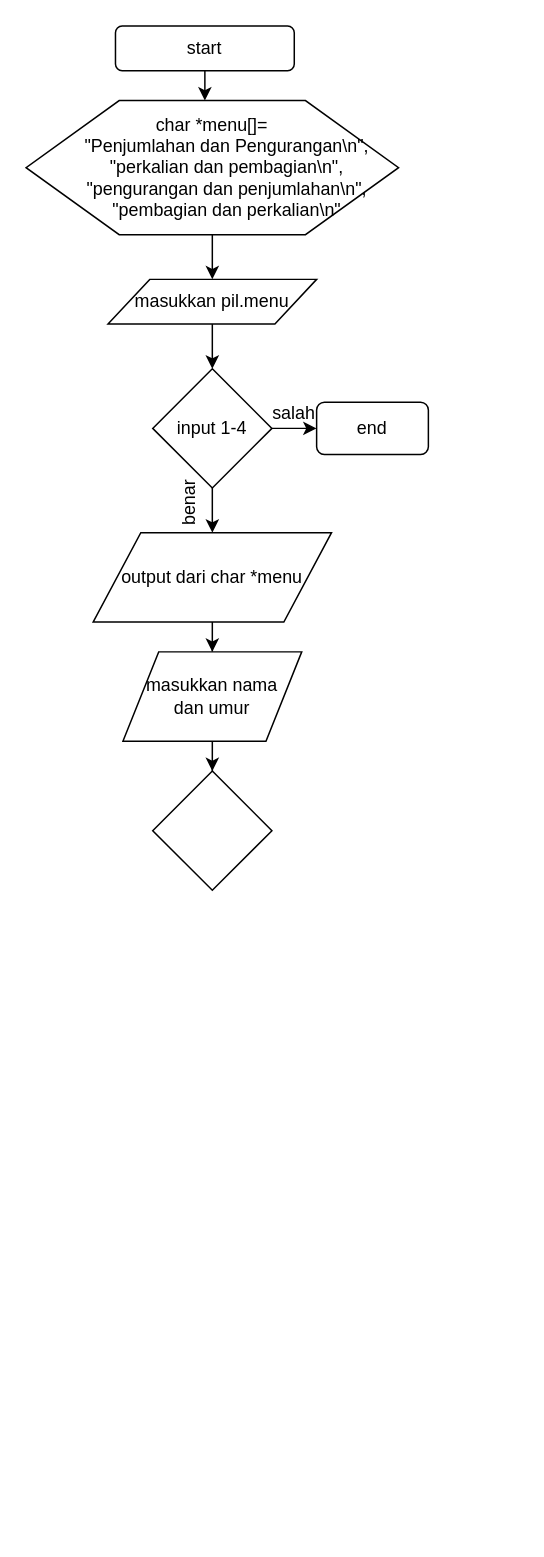
rifaatulmahmudah0998/Siti-Rifatul-Mahmudah keeps this draw.io diagram as page "Halaman-1" (1 of 2) of week14.drawio. Above is the earlier version. Source tidied: cells renumbered, new cells numbered last; positions are measured from the earlier drawing's top-left corner, leaving out a move shared by most shapes. Both pictures are drawn from the tidied source at 149%, with x=0, y=0 at pixel (25, 25).
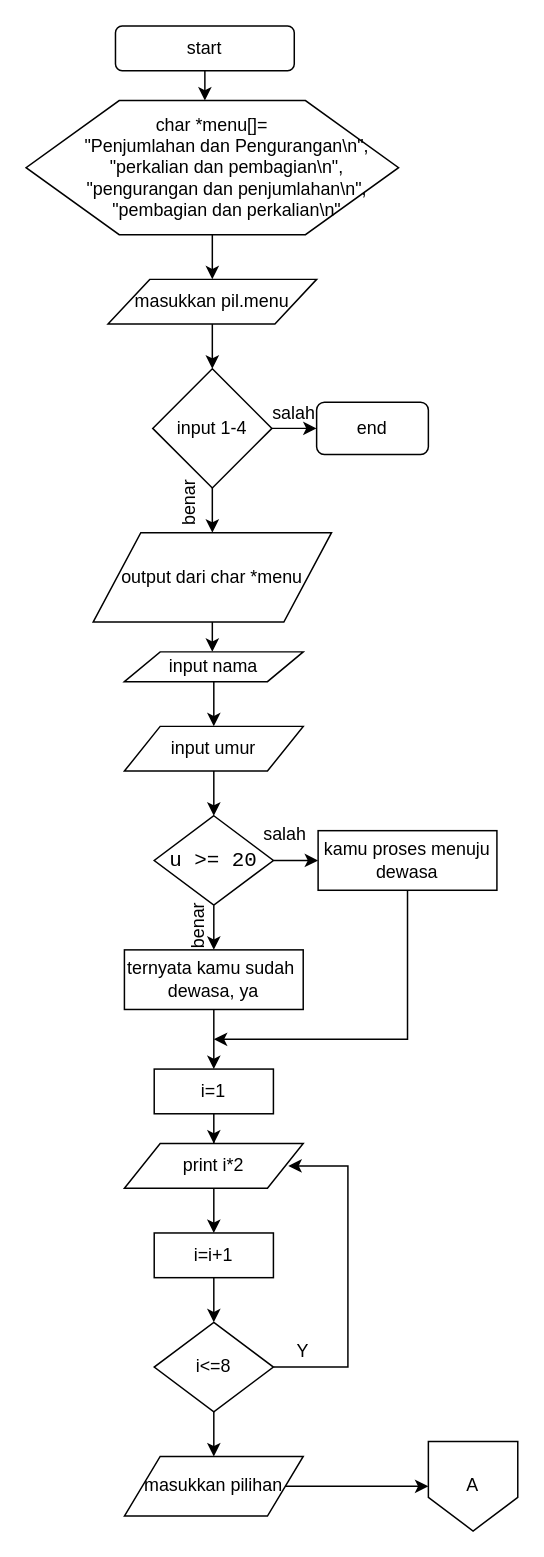
After the change.

The change refers to these unchanged cells:
```xml
<mxCell id="6" value="output dari char *menu" style="shape=parallelogram;perimeter=parallelogramPerimeter;whiteSpace=wrap;html=1;" parent="1" vertex="1">
  <mxGeometry x="45" y="340" width="160" height="60" as="geometry" />
</mxCell>
```

Change to the diagram source:
```diff
@@
-    <mxCell id="5" style="edgeStyle=orthogonalEdgeStyle;rounded=0;jettySize=auto;html=1;" parent="1" edge="1" source="6" target="18">
-      <mxGeometry relative="1" as="geometry" />
+    <mxCell id="5" style="edgeStyle=orthogonalEdgeStyle;rounded=0;jettySize=auto;html=1;" parent="1" edge="1" source="6">
+      <mxGeometry relative="1" as="geometry">
+        <mxPoint x="125" y="420" as="targetPoint" />
+      </mxGeometry>
     </mxCell>
@@
-    <mxCell id="17" style="edgeStyle=orthogonalEdgeStyle;rounded=0;jettySize=auto;html=1;" parent="1" edge="1" source="18" target="19">
-      <mxGeometry relative="1" as="geometry" />
-    </mxCell>
-    <mxCell id="18" value="masukkan nama&lt;br&gt;dan umur" style="shape=parallelogram;perimeter=parallelogramPerimeter;whiteSpace=wrap;html=1;" parent="1" vertex="1">
-      <mxGeometry x="65" y="420" width="120" height="60" as="geometry" />
-    </mxCell>
-    <mxCell id="19" style="rhombus;whiteSpace=wrap;html=1;" parent="1" vertex="1">
-      <mxGeometry x="85" y="500" width="80" height="80" as="geometry" />
-    </mxCell>
+    <mxCell id="20" style="edgeStyle=orthogonalEdgeStyle;rounded=0;jettySize=auto;html=1;" parent="1" edge="1" source="21" target="23">
+      <mxGeometry relative="1" as="geometry" />
+    </mxCell>
+    <mxCell id="21" value="input nama" style="shape=parallelogram;perimeter=parallelogramPerimeter;whiteSpace=wrap;html=1;" parent="1" vertex="1">
+      <mxGeometry x="66" y="420" width="120" height="20" as="geometry" />
+    </mxCell>
+    <mxCell id="22" style="edgeStyle=orthogonalEdgeStyle;rounded=0;jettySize=auto;html=1;" parent="1" edge="1" source="23">
+      <mxGeometry relative="1" as="geometry">
+        <mxPoint x="126" y="530" as="targetPoint" />
+      </mxGeometry>
+    </mxCell>
+    <mxCell id="23" value="input umur" style="shape=parallelogram;perimeter=parallelogramPerimeter;whiteSpace=wrap;html=1;" parent="1" vertex="1">
+      <mxGeometry x="66" y="470" width="120" height="30" as="geometry" />
+    </mxCell>
+    <mxCell id="24" style="edgeStyle=orthogonalEdgeStyle;rounded=0;jettySize=auto;html=1;" parent="1" edge="1" source="26">
+      <mxGeometry relative="1" as="geometry">
+        <mxPoint x="126" y="620" as="targetPoint" />
+      </mxGeometry>
+    </mxCell>
+    <mxCell id="25" style="edgeStyle=orthogonalEdgeStyle;rounded=0;jettySize=auto;html=1;" parent="1" edge="1" source="26">
+      <mxGeometry relative="1" as="geometry">
+        <mxPoint x="196" y="560" as="targetPoint" />
+      </mxGeometry>
+    </mxCell>
+    <mxCell id="26" value="&lt;div style=&quot;font-family: &amp;#34;consolas&amp;#34; , &amp;#34;courier new&amp;#34; , monospace ; font-size: 14px ; line-height: 19px&quot;&gt;u &amp;gt;= &lt;span&gt;20&lt;/span&gt;&lt;/div&gt;" style="rhombus;whiteSpace=wrap;html=1;" parent="1" vertex="1">
+      <mxGeometry x="86" y="530" width="80" height="60" as="geometry" />
+    </mxCell>
+    <mxCell id="27" style="edgeStyle=orthogonalEdgeStyle;rounded=0;jettySize=auto;html=1;" parent="1" edge="1" source="28">
+      <mxGeometry relative="1" as="geometry">
+        <mxPoint x="126" y="700" as="targetPoint" />
+      </mxGeometry>
+    </mxCell>
+    <mxCell id="28" value="ternyata kamu sudah&amp;nbsp;&lt;br&gt;dewasa, ya" style="rounded=0;whiteSpace=wrap;html=1;" parent="1" vertex="1">
+      <mxGeometry x="66" y="620" width="120" height="40" as="geometry" />
+    </mxCell>
+    <mxCell id="29" style="edgeStyle=orthogonalEdgeStyle;rounded=0;jettySize=auto;html=1;" parent="1" edge="1" source="30">
+      <mxGeometry relative="1" as="geometry">
+        <mxPoint x="126" y="680" as="targetPoint" />
+        <Array as="points">
+          <mxPoint x="256" y="670" />
+          <mxPoint x="256" y="670" />
+        </Array>
+      </mxGeometry>
+    </mxCell>
+    <mxCell id="30" value="kamu proses menuju&lt;br&gt;dewasa" style="rounded=0;whiteSpace=wrap;html=1;" parent="1" vertex="1">
+      <mxGeometry x="196" y="540" width="120" height="40" as="geometry" />
+    </mxCell>
+    <mxCell id="31" value="benar" style="text;html=1;strokeColor=none;fillColor=none;align=center;verticalAlign=middle;whiteSpace=wrap;rounded=0;rotation=-90;" parent="1" vertex="1">
+      <mxGeometry x="96" y="594" width="40" height="20" as="geometry" />
+    </mxCell>
+    <mxCell id="32" value="salah" style="text;html=1;strokeColor=none;fillColor=none;align=center;verticalAlign=middle;whiteSpace=wrap;rounded=0;" parent="1" vertex="1">
+      <mxGeometry x="154" y="533" width="40" height="20" as="geometry" />
+    </mxCell>
+    <mxCell id="33" style="edgeStyle=orthogonalEdgeStyle;rounded=0;jettySize=auto;html=1;" parent="1" edge="1" source="34" target="36">
+      <mxGeometry relative="1" as="geometry" />
+    </mxCell>
+    <mxCell id="34" value="i=1" style="rounded=0;whiteSpace=wrap;html=1;" parent="1" vertex="1">
+      <mxGeometry x="86" y="700" width="80" height="30" as="geometry" />
+    </mxCell>
+    <mxCell id="35" style="edgeStyle=orthogonalEdgeStyle;rounded=0;jettySize=auto;html=1;" parent="1" edge="1" source="36">
+      <mxGeometry relative="1" as="geometry">
+        <mxPoint x="126" y="810" as="targetPoint" />
+      </mxGeometry>
+    </mxCell>
+    <mxCell id="36" value="print i*2" style="shape=parallelogram;perimeter=parallelogramPerimeter;whiteSpace=wrap;html=1;" parent="1" vertex="1">
+      <mxGeometry x="66" y="750" width="120" height="30" as="geometry" />
+    </mxCell>
+    <mxCell id="37" style="edgeStyle=orthogonalEdgeStyle;rounded=0;jettySize=auto;html=1;" parent="1" edge="1" source="38">
+      <mxGeometry relative="1" as="geometry">
+        <mxPoint x="126" y="870" as="targetPoint" />
+      </mxGeometry>
+    </mxCell>
+    <mxCell id="38" value="i=i+1" style="rounded=0;whiteSpace=wrap;html=1;" parent="1" vertex="1">
+      <mxGeometry x="86" y="810" width="80" height="30" as="geometry" />
+    </mxCell>
+    <mxCell id="39" style="edgeStyle=orthogonalEdgeStyle;rounded=0;jettySize=auto;html=1;" parent="1" edge="1" source="41">
+      <mxGeometry relative="1" as="geometry">
+        <mxPoint x="176" y="765" as="targetPoint" />
+        <Array as="points">
+          <mxPoint x="216" y="900" />
+          <mxPoint x="216" y="765" />
+          <mxPoint x="179" y="765" />
+        </Array>
+      </mxGeometry>
+    </mxCell>
+    <mxCell id="40" style="edgeStyle=orthogonalEdgeStyle;rounded=0;jettySize=auto;html=1;" parent="1" edge="1" source="41">
+      <mxGeometry relative="1" as="geometry">
+        <mxPoint x="126" y="960" as="targetPoint" />
+      </mxGeometry>
+    </mxCell>
+    <mxCell id="41" value="i&amp;lt;=8" style="rhombus;whiteSpace=wrap;html=1;" parent="1" vertex="1">
+      <mxGeometry x="86" y="870" width="80" height="60" as="geometry" />
+    </mxCell>
+    <mxCell id="42" value="Y" style="text;html=1;strokeColor=none;fillColor=none;align=center;verticalAlign=middle;whiteSpace=wrap;rounded=0;" parent="1" vertex="1">
+      <mxGeometry x="166" y="880" width="40" height="20" as="geometry" />
+    </mxCell>
+    <mxCell id="43" style="edgeStyle=orthogonalEdgeStyle;rounded=0;jettySize=auto;html=1;" parent="1" edge="1" source="44" target="45">
+      <mxGeometry relative="1" as="geometry" />
+    </mxCell>
+    <mxCell id="44" value="masukkan pilihan" style="shape=parallelogram;perimeter=parallelogramPerimeter;whiteSpace=wrap;html=1;" parent="1" vertex="1">
+      <mxGeometry x="66" y="960" width="120" height="40" as="geometry" />
+    </mxCell>
+    <mxCell id="45" value="A" style="shape=offPageConnector;whiteSpace=wrap;html=1;" parent="1" vertex="1">
+      <mxGeometry x="270" y="950" width="60" height="60" as="geometry" />
+    </mxCell>
```
